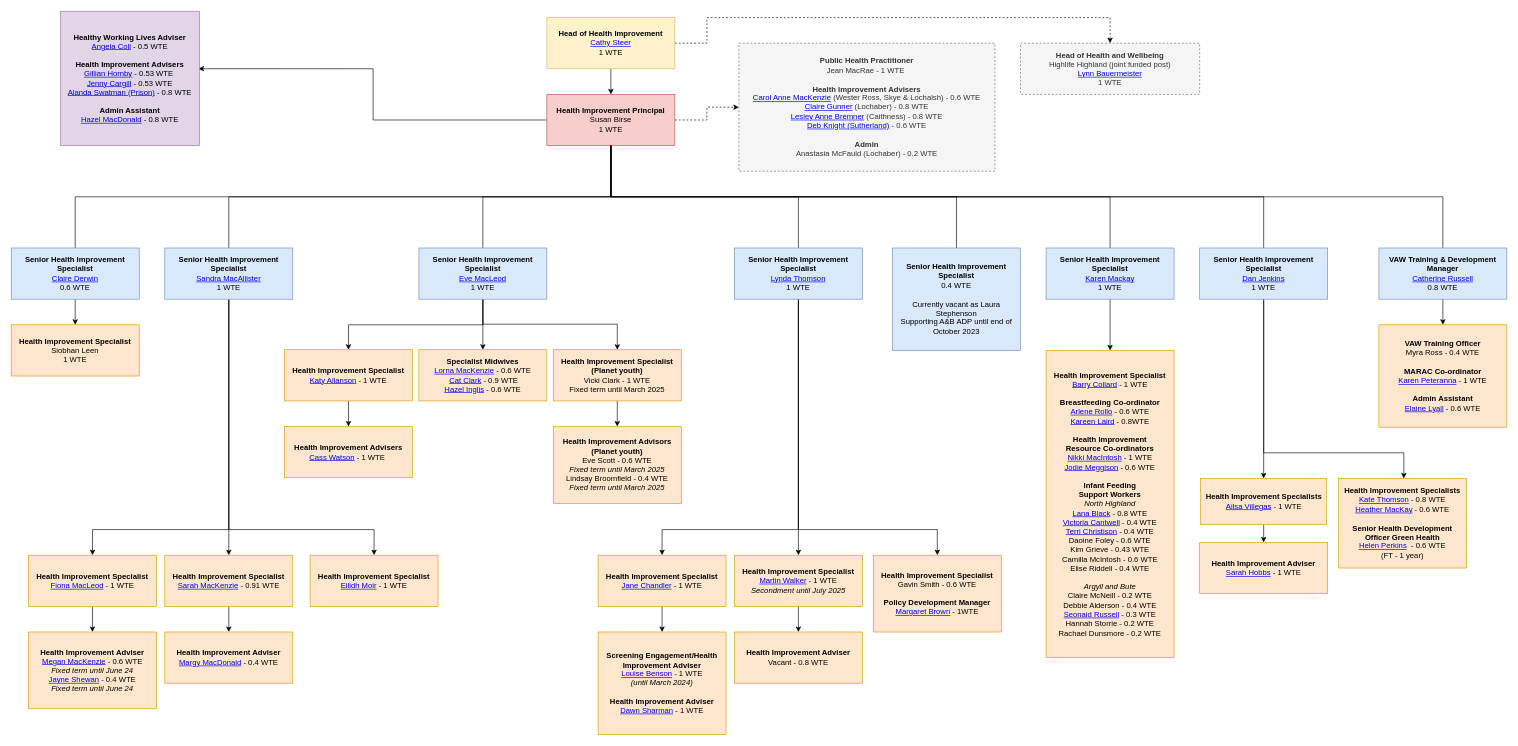
This is Untitled Diagram.drawio from barrycollard/staffOrgChart, a draw.io file, before an edit. Source tidied: cells renumbered, new cells numbered last; positions are measured from the earlier drawing's top-left corner, leaving out a move shared by most shapes. Both pictures are drawn from the tidied source at 64%, with x=0, y=0 at pixel (11, 11).
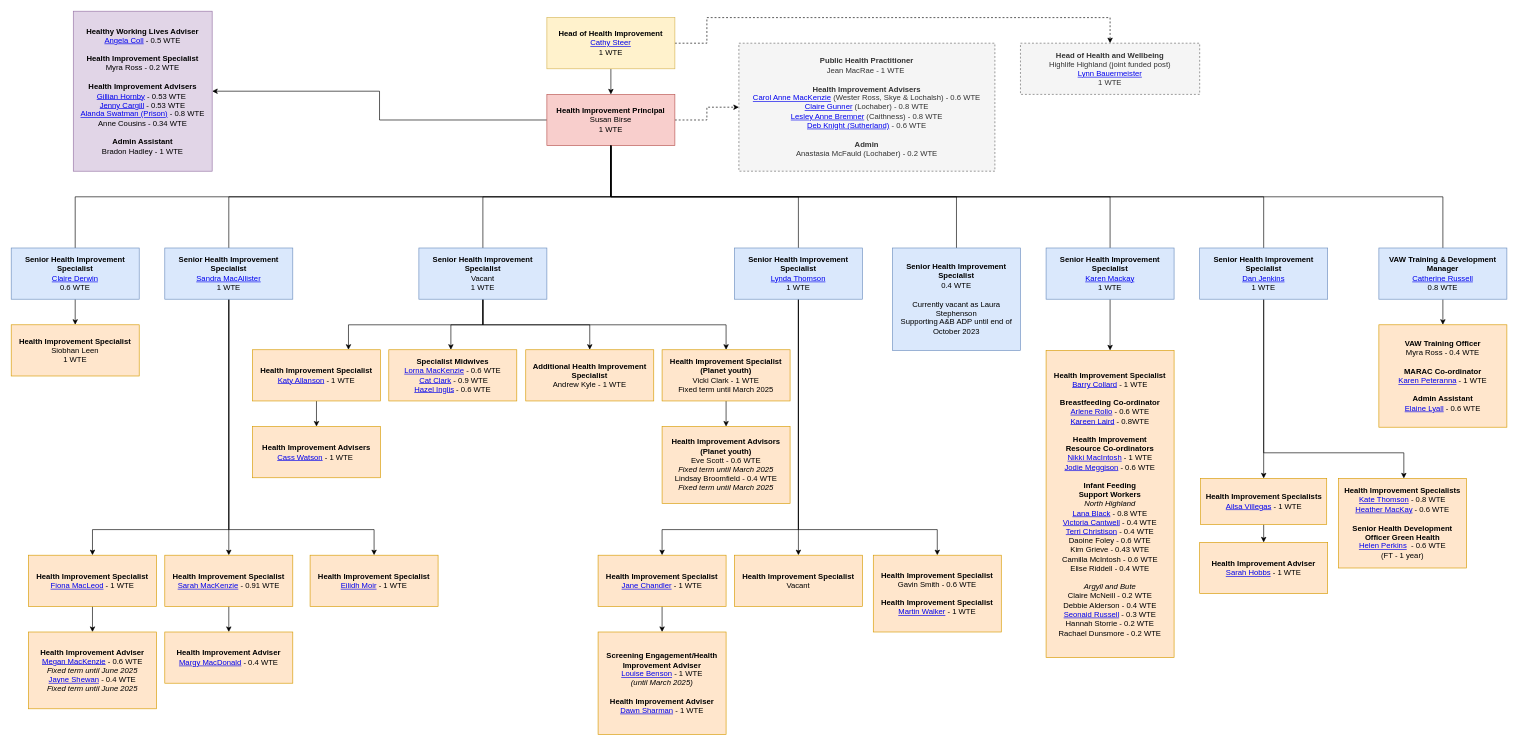
Above is the later version.

The change refers to these unchanged cells:
```xml
<mxCell id="7" value="&lt;b&gt;Health Improvement Principal&lt;br&gt;&lt;/b&gt;Susan Birse&lt;br&gt;1 WTE" style="rounded=0;whiteSpace=wrap;html=1;align=center;fillColor=#f8cecc;strokeColor=#b85450;" parent="1" vertex="1">
  <mxGeometry x="837" y="130" width="200" height="80" as="geometry" />
</mxCell>
```

The edit, as a diff of the source:
```diff
@@
-    <mxCell id="5" style="edgeStyle=orthogonalEdgeStyle;rounded=0;jettySize=auto;html=1;entryX=0.994;entryY=0.428;entryDx=0;entryDy=0;entryPerimeter=0;" parent="1" edge="1" source="7" target="8">
+    <mxCell id="5" style="edgeStyle=orthogonalEdgeStyle;rounded=0;jettySize=auto;html=1;entryX=1;entryY=0.5;entryDx=0;entryDy=0;" parent="1" edge="1" source="7" target="8">
       <mxGeometry relative="1" as="geometry" />
     </mxCell>
@@
-    <mxCell id="8" value="&lt;div&gt;&lt;b&gt;Healthy Working Lives Adviser&lt;/b&gt;&lt;/div&gt;&lt;div&gt;&lt;a href=&quot;https://nhshighland.publichealth.scot.nhs.uk/staff/angela-coll/&quot;&gt;Angela Coll&lt;/a&gt; - 0.5 WTE&lt;/div&gt;&lt;div&gt;&lt;br&gt;&lt;/div&gt;&lt;div&gt;&lt;b&gt;Health Improvement Advisers&lt;/b&gt;&lt;/div&gt;&lt;div&gt;&lt;div&gt;&lt;a style=&quot;background-color: initial;&quot; href=&quot;https://nhshighland.publichealth.scot.nhs.uk/staff/gillian-hornby/&quot;&gt;Gillian Hornby&lt;/a&gt;&lt;span style=&quot;background-color: initial;&quot;&gt; - 0.53 WTE&amp;nbsp;&lt;/span&gt;&lt;br&gt;&lt;/div&gt;&lt;div&gt;&lt;span style=&quot;background-color: initial;&quot;&gt;&lt;a href=&quot;https://nhshighland.publichealth.scot.nhs.uk/staff/jenny-cargill/&quot;&gt;Jenny Cargill&lt;/a&gt; - 0.53 WTE&lt;/span&gt;&lt;br&gt;&lt;/div&gt;&lt;div&gt;&lt;a href=&quot;https://nhshighland.publichealth.scot.nhs.uk/staff/alanda-swatman/&quot;&gt;Alanda Swatman (Prison)&lt;/a&gt; - 0.8 WTE&lt;/div&gt;&lt;/div&gt;&lt;div&gt;&lt;br&gt;&lt;/div&gt;&lt;div&gt;&lt;b&gt;Admin Assistant&lt;/b&gt;&lt;/div&gt;&lt;div&gt;&lt;a href=&quot;https://nhshighland.publichealth.scot.nhs.uk/staff/hazel-macdonald/&quot;&gt;Hazel MacDonald&lt;/a&gt; - 0.8 WTE&lt;/div&gt;" style="rounded=0;whiteSpace=wrap;html=1;fillColor=#e1d5e7;strokeColor=#9673a6;" parent="1" vertex="1">
-      <mxGeometry x="77" width="217" height="210" as="geometry" />
+    <mxCell id="8" value="&lt;div&gt;&lt;b&gt;Healthy Working Lives Adviser&lt;/b&gt;&lt;/div&gt;&lt;div&gt;&lt;a href=&quot;https://nhshighland.publichealth.scot.nhs.uk/staff/angela-coll/&quot;&gt;Angela Coll&lt;/a&gt; - 0.5 WTE&lt;/div&gt;&lt;div&gt;&lt;br&gt;&lt;/div&gt;&lt;div&gt;&lt;div&gt;&lt;b&gt;Health Improvement Specialist&lt;/b&gt;&lt;/div&gt;&lt;div&gt;Myra Ross - 0.2 WTE&lt;/div&gt;&lt;/div&gt;&lt;div&gt;&lt;br&gt;&lt;/div&gt;&lt;div&gt;&lt;b&gt;Health Improvement Advisers&lt;/b&gt;&lt;/div&gt;&lt;div&gt;&lt;div&gt;&lt;a style=&quot;background-color: initial;&quot; href=&quot;https://nhshighland.publichealth.scot.nhs.uk/staff/gillian-hornby/&quot;&gt;Gillian Hornby&lt;/a&gt;&lt;span style=&quot;background-color: initial;&quot;&gt; - 0.53 WTE&amp;nbsp;&lt;/span&gt;&lt;br&gt;&lt;/div&gt;&lt;div&gt;&lt;span style=&quot;background-color: initial;&quot;&gt;&lt;a href=&quot;https://nhshighland.publichealth.scot.nhs.uk/staff/jenny-cargill/&quot;&gt;Jenny Cargill&lt;/a&gt; - 0.53 WTE&lt;/span&gt;&lt;br&gt;&lt;/div&gt;&lt;div&gt;&lt;a href=&quot;https://nhshighland.publichealth.scot.nhs.uk/staff/alanda-swatman/&quot;&gt;Alanda Swatman (Prison)&lt;/a&gt; - 0.8 WTE&lt;/div&gt;&lt;/div&gt;&lt;div&gt;Anne Cousins - 0.34 WTE&lt;/div&gt;&lt;div&gt;&lt;br&gt;&lt;/div&gt;&lt;div&gt;&lt;b&gt;Admin Assistant&lt;/b&gt;&lt;/div&gt;&lt;div&gt;Bradon Hadley - 1 WTE&lt;/div&gt;" style="rounded=0;whiteSpace=wrap;html=1;fillColor=#e1d5e7;strokeColor=#9673a6;" parent="1" vertex="1">
+      <mxGeometry x="97" width="217" height="250" as="geometry" />
     </mxCell>
@@
     <mxCell id="19" style="edgeStyle=orthogonalEdgeStyle;rounded=0;jettySize=auto;html=1;exitX=0.5;exitY=1;exitDx=0;exitDy=0;" parent="1" edge="1" source="21" target="64">
-      <mxGeometry relative="1" as="geometry" />
+      <mxGeometry relative="1" as="geometry">
+        <Array as="points">
+          <mxPoint x="737" y="490" />
+          <mxPoint x="687" y="490" />
+        </Array>
+      </mxGeometry>
     </mxCell>
-    <mxCell id="20" style="edgeStyle=orthogonalEdgeStyle;rounded=0;jettySize=auto;html=1;exitX=0.5;exitY=1;exitDx=0;exitDy=0;" parent="1" edge="1" source="21" target="66">
+    <mxCell id="20" style="edgeStyle=orthogonalEdgeStyle;rounded=0;jettySize=auto;html=1;exitX=0.5;exitY=1;exitDx=0;exitDy=0;entryX=0.5;entryY=0;entryDx=0;entryDy=0;" parent="1" edge="1" source="21" target="66">
       <mxGeometry relative="1" as="geometry">
         <Array as="points">
-          <mxPoint x="737" y="489" />
-          <mxPoint x="947" y="489" />
+          <mxPoint x="737" y="490" />
+          <mxPoint x="1117" y="490" />
         </Array>
       </mxGeometry>
     </mxCell>
+    <mxCell id="69" style="edgeStyle=orthogonalEdgeStyle;rounded=0;jettySize=auto;html=1;exitX=0.5;exitY=1;exitDx=0;exitDy=0;entryX=0.5;entryY=0;entryDx=0;entryDy=0;" parent="1" edge="1" source="21" target="70">
+      <mxGeometry relative="1" as="geometry">
+        <Array as="points">
+          <mxPoint x="737" y="490" />
+          <mxPoint x="904" y="490" />
+        </Array>
+      </mxGeometry>
+    </mxCell>
-    <mxCell id="21" value="&lt;div&gt;&lt;b&gt;Senior Health Improvement Specialist&lt;/b&gt;&lt;/div&gt;&lt;div&gt;&lt;a href=&quot;https://nhshighland.publichealth.scot.nhs.uk/staff/eve-macleod/&quot;&gt;Eve MacLeod&lt;/a&gt;&lt;/div&gt;&lt;div&gt;1 WTE&lt;/div&gt;" style="rounded=0;whiteSpace=wrap;html=1;fillColor=#dae8fc;strokeColor=#6c8ebf;" parent="1" vertex="1">
+    <mxCell id="21" value="&lt;div&gt;&lt;b&gt;Senior Health Improvement Specialist&lt;/b&gt;&lt;/div&gt;&lt;div&gt;Vacant&lt;/div&gt;&lt;div&gt;1 WTE&lt;/div&gt;" style="rounded=0;whiteSpace=wrap;html=1;fillColor=#dae8fc;strokeColor=#6c8ebf;" parent="1" vertex="1">
       <mxGeometry x="637" y="370" width="200" height="80" as="geometry" />
     </mxCell>
@@
     <mxCell id="36" value="&lt;div&gt;&lt;b&gt;Health Improvement Specialist&lt;/b&gt;&lt;/div&gt;&lt;div&gt;&lt;a href=&quot;https://nhshighland.publichealth.scot.nhs.uk/staff/katy-allanson/&quot;&gt;Katy Allanson&lt;/a&gt; - 1 WTE&lt;/div&gt;" style="rounded=0;whiteSpace=wrap;html=1;fillColor=#ffe6cc;strokeColor=#d79b00;" parent="1" vertex="1">
-      <mxGeometry x="427" y="529" width="200" height="80" as="geometry" />
+      <mxGeometry x="377" y="529" width="200" height="80" as="geometry" />
     </mxCell>
@@
-    <mxCell id="40" value="&lt;b&gt;Screening Engagement/Health Improvement Adviser&lt;/b&gt;&lt;div&gt;&lt;a href=&quot;https://nhshighland.publichealth.scot.nhs.uk/staff/louise-benson/&quot;&gt;Louise Benson&lt;/a&gt; - 1 WTE&lt;br&gt;&lt;/div&gt;&lt;div&gt;&lt;i&gt;(until March 2024)&lt;/i&gt;&lt;/div&gt;&lt;div&gt;&lt;b&gt;&lt;br&gt;&lt;/b&gt;&lt;/div&gt;&lt;div&gt;&lt;b&gt;Health Improvement Adviser&lt;/b&gt;&lt;/div&gt;&lt;div&gt;&lt;a href=&quot;https://nhshighland.publichealth.scot.nhs.uk/staff/dawn-sharman/&quot;&gt;Dawn Sharman&lt;/a&gt; - 1 WTE&lt;/div&gt;" style="rounded=0;whiteSpace=wrap;html=1;fillColor=#ffe6cc;strokeColor=#d79b00;" parent="1" vertex="1">
+    <mxCell id="40" value="&lt;b&gt;Screening Engagement/Health Improvement Adviser&lt;/b&gt;&lt;div&gt;&lt;a href=&quot;https://nhshighland.publichealth.scot.nhs.uk/staff/louise-benson/&quot;&gt;Louise Benson&lt;/a&gt; - 1 WTE&lt;br&gt;&lt;/div&gt;&lt;div&gt;&lt;i&gt;(until March 2025)&lt;/i&gt;&lt;/div&gt;&lt;div&gt;&lt;b&gt;&lt;br&gt;&lt;/b&gt;&lt;/div&gt;&lt;div&gt;&lt;b&gt;Health Improvement Adviser&lt;/b&gt;&lt;/div&gt;&lt;div&gt;&lt;a href=&quot;https://nhshighland.publichealth.scot.nhs.uk/staff/dawn-sharman/&quot;&gt;Dawn Sharman&lt;/a&gt; - 1 WTE&lt;/div&gt;" style="rounded=0;whiteSpace=wrap;html=1;fillColor=#ffe6cc;strokeColor=#d79b00;" parent="1" vertex="1">
       <mxGeometry x="917" y="970" width="200" height="160" as="geometry" />
     </mxCell>
@@
-    <mxCell id="50" value="&lt;div&gt;&lt;b&gt;Health Improvement Adviser&lt;/b&gt;&lt;/div&gt;&lt;div&gt;Vacant - 0.8 WTE&lt;br&gt;&lt;/div&gt;" style="rounded=0;whiteSpace=wrap;html=1;fillColor=#ffe6cc;strokeColor=#d79b00;" parent="1" vertex="1">
-      <mxGeometry x="1130" y="970" width="200" height="80" as="geometry" />
-    </mxCell>
-    <mxCell id="51" value="&lt;div&gt;&lt;b&gt;Health Improvement Adviser&lt;/b&gt;&lt;/div&gt;&lt;div&gt;&lt;a style=&quot;background-color: initial;&quot; href=&quot;https://nhshighland.publichealth.scot.nhs.uk/staff/megan-mackenzie/&quot;&gt;Megan MacKenzie&lt;/a&gt;&lt;span style=&quot;background-color: initial;&quot;&gt; - 0.6 WTE&lt;/span&gt;&lt;br&gt;&lt;/div&gt;&lt;div&gt;&lt;div style=&quot;border-color: var(--border-color);&quot;&gt;&lt;span style=&quot;border-color: var(--border-color);&quot;&gt;&lt;i&gt;Fixed term until June 24&lt;/i&gt;&lt;/span&gt;&lt;/div&gt;&lt;div style=&quot;border-color: var(--border-color);&quot;&gt;&lt;/div&gt;&lt;/div&gt;&lt;div&gt;&lt;div&gt;&lt;a href=&quot;https://nhshighland.publichealth.scot.nhs.uk/staff/jayne-shewan/&quot;&gt;Jayne Shewan&lt;/a&gt; - 0.4 WTE&lt;/div&gt;&lt;/div&gt;&lt;div&gt;&lt;i style=&quot;border-color: var(--border-color);&quot;&gt;Fixed term until June 24&lt;/i&gt;&lt;br&gt;&lt;/div&gt;" style="rounded=0;whiteSpace=wrap;html=1;fillColor=#ffe6cc;strokeColor=#d79b00;" parent="1" vertex="1">
+    <mxCell id="51" value="&lt;div&gt;&lt;b&gt;Health Improvement Adviser&lt;/b&gt;&lt;/div&gt;&lt;div&gt;&lt;a style=&quot;background-color: initial;&quot; href=&quot;https://nhshighland.publichealth.scot.nhs.uk/staff/megan-mackenzie/&quot;&gt;Megan MacKenzie&lt;/a&gt;&lt;span style=&quot;background-color: initial;&quot;&gt; - 0.6 WTE&lt;/span&gt;&lt;br&gt;&lt;/div&gt;&lt;div&gt;&lt;div style=&quot;border-color: var(--border-color);&quot;&gt;&lt;span style=&quot;border-color: var(--border-color);&quot;&gt;&lt;i&gt;Fixed term until June 2025&lt;/i&gt;&lt;/span&gt;&lt;/div&gt;&lt;div style=&quot;border-color: var(--border-color);&quot;&gt;&lt;/div&gt;&lt;/div&gt;&lt;div&gt;&lt;div&gt;&lt;a href=&quot;https://nhshighland.publichealth.scot.nhs.uk/staff/jayne-shewan/&quot;&gt;Jayne Shewan&lt;/a&gt; - 0.4 WTE&lt;/div&gt;&lt;/div&gt;&lt;div&gt;&lt;i style=&quot;border-color: var(--border-color);&quot;&gt;Fixed term until June 2025&lt;/i&gt;&lt;br&gt;&lt;/div&gt;" style="rounded=0;whiteSpace=wrap;html=1;fillColor=#ffe6cc;strokeColor=#d79b00;" parent="1" vertex="1">
       <mxGeometry x="27" y="970" width="200" height="120" as="geometry" />
     </mxCell>
-    <mxCell id="52" style="edgeStyle=orthogonalEdgeStyle;rounded=0;jettySize=auto;html=1;" parent="1" edge="1" source="53" target="50">
-      <mxGeometry relative="1" as="geometry" />
-    </mxCell>
-    <mxCell id="53" value="&lt;div&gt;&lt;b&gt;Health Improvement Specialist&lt;/b&gt;&lt;/div&gt;&lt;a style=&quot;border-color: var(--border-color);&quot; href=&quot;https://nhshighland.publichealth.scot.nhs.uk/staff/martin-walker/&quot;&gt;Martin Walker&lt;/a&gt;&amp;nbsp;- 1 WTE&lt;br&gt;&lt;span style=&quot;background-color: initial;&quot;&gt;&lt;i&gt;Secondment until July 2025&lt;/i&gt;&lt;br&gt;&lt;/span&gt;" style="rounded=0;whiteSpace=wrap;html=1;fillColor=#ffe6cc;strokeColor=#d79b00;" parent="1" vertex="1">
+    <mxCell id="53" value="&lt;div&gt;&lt;b&gt;Health Improvement Specialist&lt;/b&gt;&lt;/div&gt;&lt;span style=&quot;background-color: initial;&quot;&gt;Vacant&lt;/span&gt;" style="rounded=0;whiteSpace=wrap;html=1;fillColor=#ffe6cc;strokeColor=#d79b00;" parent="1" vertex="1">
       <mxGeometry x="1130" y="850" width="200" height="80" as="geometry" />
     </mxCell>
-    <mxCell id="54" value="&lt;div&gt;&lt;b&gt;Health Improvement Specialist&lt;/b&gt;&lt;/div&gt;&lt;div&gt;Gavin Smith - 0.6 WTE&lt;/div&gt;&lt;div&gt;&lt;b&gt;&lt;br&gt;&lt;/b&gt;&lt;/div&gt;&lt;div&gt;&lt;b&gt;Policy Development Manager&lt;/b&gt;&lt;/div&gt;&lt;div&gt;&lt;a href=&quot;https://nhshighland.publichealth.scot.nhs.uk/staff/margaret-brown/&quot;&gt;Margaret Brown&lt;/a&gt; - 1WTE&lt;/div&gt;" style="rounded=0;whiteSpace=wrap;html=1;fillColor=#ffe6cc;strokeColor=#d79b00;" parent="1" vertex="1">
+    <mxCell id="54" value="&lt;div&gt;&lt;b&gt;Health Improvement Specialist&lt;/b&gt;&lt;/div&gt;&lt;div&gt;Gavin Smith - 0.6 WTE&lt;/div&gt;&lt;div&gt;&lt;b&gt;&lt;br&gt;&lt;/b&gt;&lt;/div&gt;&lt;div&gt;&lt;div&gt;&lt;b&gt;Health Improvement Specialist&lt;/b&gt;&lt;/div&gt;&lt;a style=&quot;border-color: var(--border-color);&quot; href=&quot;https://nhshighland.publichealth.scot.nhs.uk/staff/martin-walker/&quot;&gt;Martin Walker&lt;/a&gt;&amp;nbsp;- 1 WTE&lt;br&gt;&lt;/div&gt;" style="rounded=0;whiteSpace=wrap;html=1;fillColor=#ffe6cc;strokeColor=#d79b00;" parent="1" vertex="1">
       <mxGeometry x="1347" y="850" width="200" height="120" as="geometry" />
     </mxCell>
@@
     <mxCell id="64" value="&lt;div&gt;&lt;b style=&quot;background-color: initial;&quot;&gt;Specialist Midwives&lt;/b&gt;&lt;br&gt;&lt;/div&gt;&lt;div&gt;&lt;div&gt;&lt;a href=&quot;https://nhshighland.publichealth.scot.nhs.uk/staff/lorna-mackenzie/&quot;&gt;Lorna MacKenzie&lt;/a&gt; - 0.6 WTE&lt;/div&gt;&lt;div&gt;&amp;nbsp;&lt;a href=&quot;https://nhshighland.publichealth.scot.nhs.uk/staff/cat-clark/&quot;&gt;Cat Clark&lt;/a&gt; - 0.9 WTE&lt;/div&gt;&lt;div&gt;&lt;a href=&quot;https://nhshighland.publichealth.scot.nhs.uk/staff/hazel-inglis/&quot;&gt;Hazel Inglis&lt;/a&gt; - 0.6 WTE&lt;/div&gt;&lt;/div&gt;" style="rounded=0;whiteSpace=wrap;html=1;fillColor=#ffe6cc;strokeColor=#d79b00;" parent="1" vertex="1">
-      <mxGeometry x="637" y="529" width="200" height="80" as="geometry" />
+      <mxGeometry x="590" y="529" width="200" height="80" as="geometry" />
     </mxCell>
@@
     <mxCell id="66" value="&lt;b&gt;Health Improvement Specialist&lt;br&gt;(Planet youth)&lt;br&gt;&lt;/b&gt;Vicki Clark - 1 WTE&lt;br&gt;Fixed term until March 2025&lt;b&gt;&lt;br&gt;&lt;/b&gt;" style="rounded=0;whiteSpace=wrap;html=1;fillColor=#ffe6cc;strokeColor=#d79b00;" parent="1" vertex="1">
-      <mxGeometry x="847" y="529" width="200" height="80" as="geometry" />
+      <mxGeometry x="1017" y="529" width="200" height="80" as="geometry" />
     </mxCell>
     <mxCell id="67" value="&lt;div style=&quot;border-color: var(--border-color);&quot;&gt;&lt;b style=&quot;border-color: var(--border-color);&quot;&gt;Health Improvement Advisers&lt;/b&gt;&lt;/div&gt;&lt;div style=&quot;border-color: var(--border-color);&quot;&gt;&lt;div style=&quot;border-color: var(--border-color);&quot;&gt;&lt;a style=&quot;border-color: var(--border-color);&quot; href=&quot;https://nhshighland.publichealth.scot.nhs.uk/staff/cassandra-watson/&quot;&gt;Cass Watson&lt;/a&gt;&amp;nbsp;- 1 WTE&amp;nbsp;&lt;/div&gt;&lt;/div&gt;" style="rounded=0;whiteSpace=wrap;html=1;fillColor=#ffe6cc;strokeColor=#d79b00;" parent="1" vertex="1">
-      <mxGeometry x="427" y="649" width="200" height="80" as="geometry" />
+      <mxGeometry x="377" y="649" width="200" height="80" as="geometry" />
     </mxCell>
     <mxCell id="68" value="&lt;b&gt;Health Improvement Advisors&lt;br&gt;(Planet youth)&lt;br&gt;&lt;/b&gt;Eve Scott - 0.6 WTE&lt;br&gt;&lt;i&gt;Fixed term until March 2025&lt;br&gt;&lt;/i&gt;Lindsay Broomfield&amp;nbsp;- 0.4 WTE&lt;br style=&quot;border-color: var(--border-color);&quot;&gt;&lt;i&gt;Fixed term until March 2025&lt;/i&gt;&lt;b&gt;&lt;br&gt;&lt;/b&gt;" style="rounded=0;whiteSpace=wrap;html=1;fillColor=#ffe6cc;strokeColor=#d79b00;" parent="1" vertex="1">
-      <mxGeometry x="847" y="649" width="200" height="120" as="geometry" />
+      <mxGeometry x="1017" y="649" width="200" height="120" as="geometry" />
     </mxCell>
+    <mxCell id="70" value="&lt;div&gt;&lt;span style=&quot;background-color: initial;&quot;&gt;&lt;b&gt;Additional Health Improvement Specialist&lt;/b&gt;&lt;/span&gt;&lt;/div&gt;&lt;div&gt;Andrew Kyle&lt;span style=&quot;background-color: initial;&quot;&gt; - 1 WTE&lt;/span&gt;&lt;/div&gt;" style="rounded=0;whiteSpace=wrap;html=1;fillColor=#ffe6cc;strokeColor=#d79b00;" parent="1" vertex="1">
+      <mxGeometry x="804" y="529" width="200" height="80" as="geometry" />
+    </mxCell>
```
